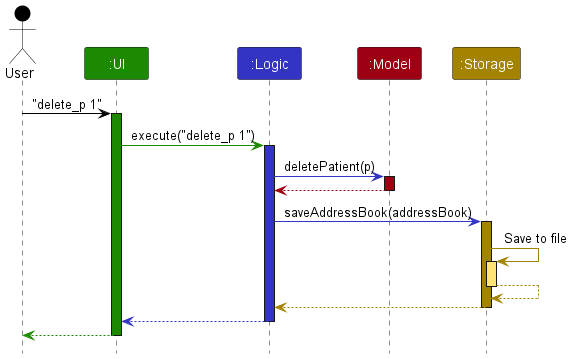
Before: docs/images/ArchitectureSequenceDiagram.png, a diagram exported from PlantUML (yanghengtang/tp).
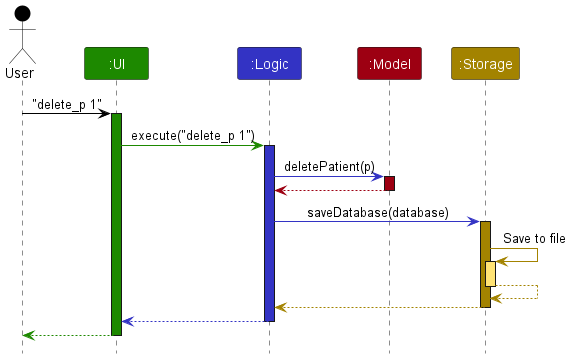
The same file after the commit.

Change to the diagram source:
```diff
@@ -20,7 +20,7 @@
 model -[MODEL_COLOR]-> logic
 deactivate model
 
-logic -[LOGIC_COLOR]> storage : saveAddressBook(addressBook)
+logic -[LOGIC_COLOR]> storage : saveDatabase(database)
 activate storage STORAGE_COLOR
 
 storage -[STORAGE_COLOR]> storage : Save to file
```
